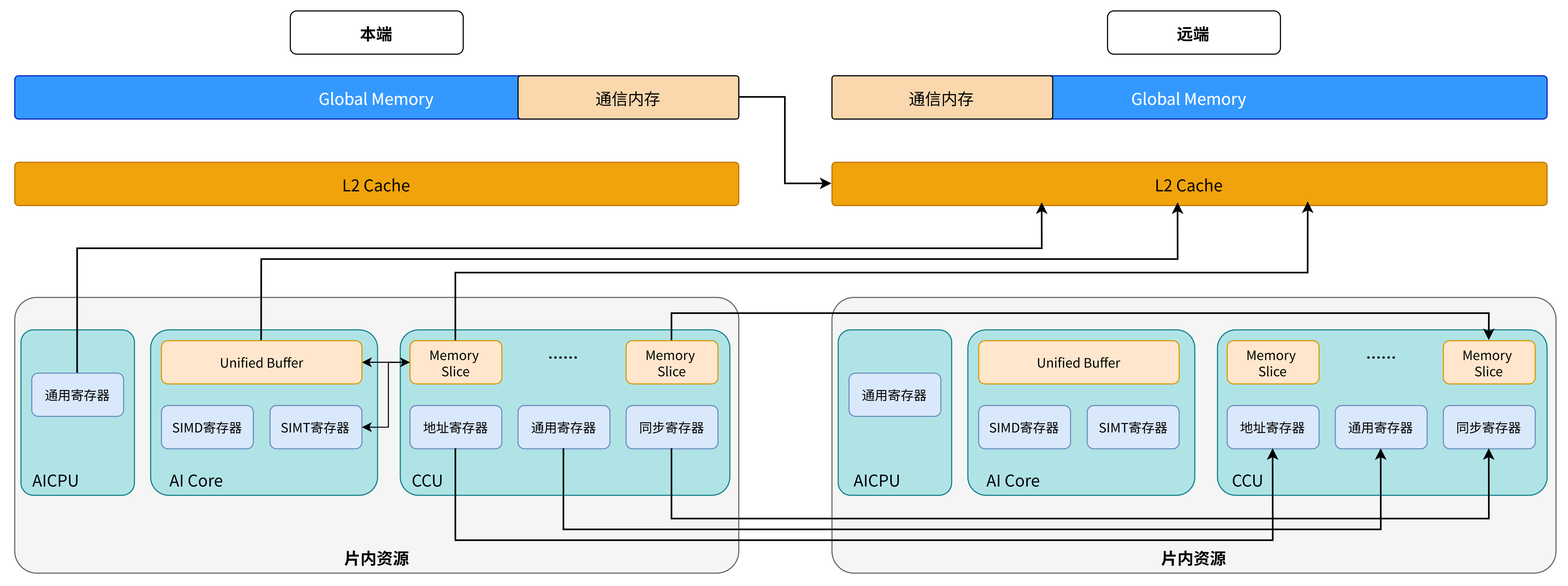
Above: docs/zh/programming-model/figures/memory_model.png in Atlas-Ascend-Fork/asc-comm (draw.io), before the change. Source tidied: cells renumbered, new cells last; positions are measured from the earlier drawing's top-left corner, leaving out a move shared by most shapes.
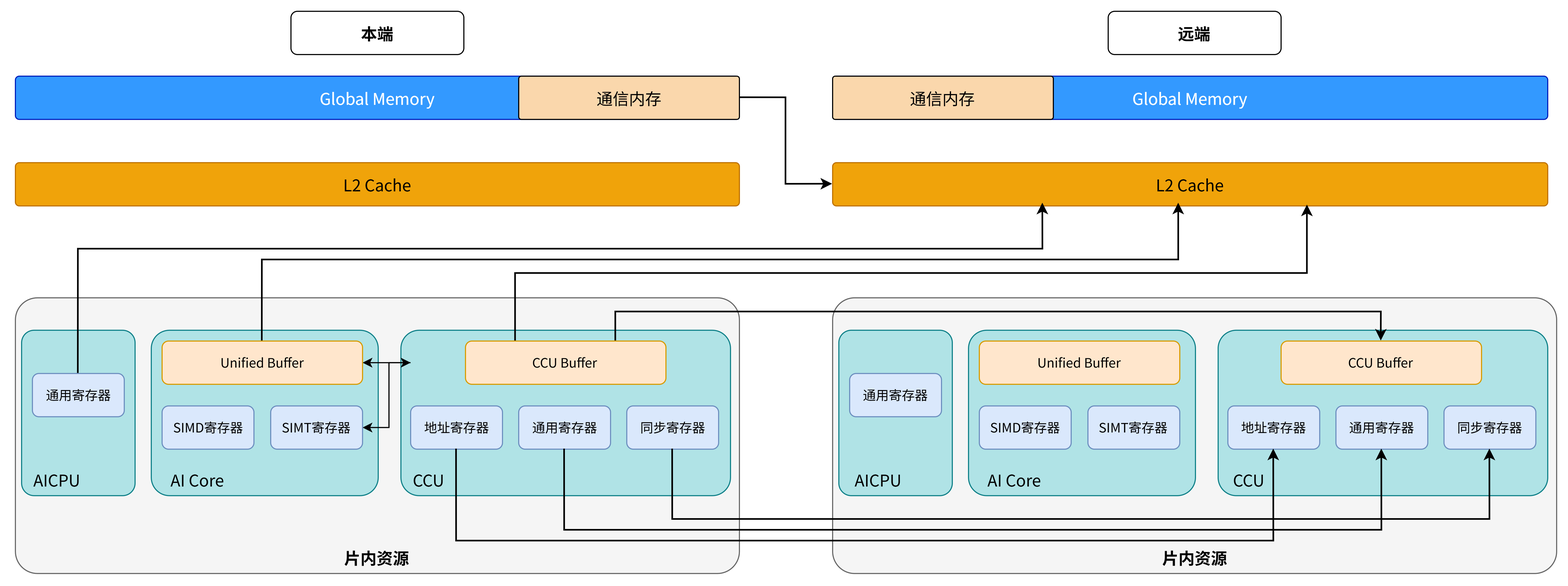
After the change.

Commit message:
fix review memory model

What changed in the source:
```diff
@@ -29,8 +29,10 @@
     <mxCell id="10" value="通用寄存器" style="rounded=1;whiteSpace=wrap;html=1;fillColor=#dae8fc;strokeColor=#6c8ebf;fontFamily=FZLTHJW;" parent="1" vertex="1">
       <mxGeometry x="19.5" y="335" width="85" height="40" as="geometry" />
     </mxCell>
-    <mxCell id="11" style="edgeStyle=orthogonalEdgeStyle;rounded=0;jettySize=auto;html=1;exitX=1;exitY=0.5;exitDx=0;exitDy=0;entryX=0;entryY=0.5;entryDx=0;entryDy=0;startArrow=classic;startFill=1;fontFamily=FZLTHJW;" parent="1" edge="1" source="12" target="19">
-      <mxGeometry relative="1" as="geometry" />
+    <mxCell id="11" style="edgeStyle=orthogonalEdgeStyle;rounded=0;jettySize=auto;html=1;exitX=1;exitY=0.5;exitDx=0;exitDy=0;entryX=0;entryY=0.5;entryDx=0;entryDy=0;startArrow=classic;startFill=1;fontFamily=FZLTHJW;" parent="1" edge="1" source="12">
+      <mxGeometry relative="1" as="geometry">
+        <mxPoint x="369.5" y="325" as="targetPoint" />
+      </mxGeometry>
     </mxCell>
     <mxCell id="12" value="Unified Buffer" style="rounded=1;whiteSpace=wrap;html=1;fillColor=#ffe6cc;strokeColor=#d79b00;fontFamily=FZLTHJW;" parent="1" vertex="1">
       <mxGeometry x="139.5" y="305" width="185.5" height="40" as="geometry" />
@@ -38,8 +40,9 @@
     <mxCell id="13" value="SIMD寄存器" style="rounded=1;whiteSpace=wrap;html=1;fillColor=#dae8fc;strokeColor=#6c8ebf;fontFamily=FZLTHJW;" parent="1" vertex="1">
       <mxGeometry x="139.5" y="365" width="85" height="40" as="geometry" />
     </mxCell>
-    <mxCell id="14" style="edgeStyle=orthogonalEdgeStyle;rounded=0;jettySize=auto;html=1;exitX=1;exitY=0.5;exitDx=0;exitDy=0;entryX=0;entryY=0.5;entryDx=0;entryDy=0;endArrow=none;endFill=0;startArrow=classic;startFill=1;fontFamily=FZLTHJW;" parent="1" edge="1" source="15" target="19">
+    <mxCell id="14" style="edgeStyle=orthogonalEdgeStyle;rounded=0;jettySize=auto;html=1;exitX=1;exitY=0.5;exitDx=0;exitDy=0;entryX=0;entryY=0.5;entryDx=0;entryDy=0;endArrow=none;endFill=0;startArrow=classic;startFill=1;fontFamily=FZLTHJW;" parent="1" edge="1" source="15">
       <mxGeometry relative="1" as="geometry">
+        <mxPoint x="369.5" y="325" as="targetPoint" />
         <Array as="points">
           <mxPoint x="349.5" y="385" />
           <mxPoint x="349.5" y="325" />
@@ -58,15 +61,6 @@
     <mxCell id="18" value="同步寄存器" style="rounded=1;whiteSpace=wrap;html=1;fillColor=#dae8fc;strokeColor=#6c8ebf;fontFamily=FZLTHJW;" parent="1" vertex="1">
       <mxGeometry x="569.5" y="365" width="85" height="40" as="geometry" />
     </mxCell>
-    <mxCell id="19" value="Memory&amp;nbsp;&lt;div&gt;Slice&lt;/div&gt;" style="rounded=1;whiteSpace=wrap;html=1;fillColor=#ffe6cc;strokeColor=#d79b00;fontFamily=FZLTHJW;" parent="1" vertex="1">
-      <mxGeometry x="369.5" y="305" width="85" height="40" as="geometry" />
-    </mxCell>
-    <mxCell id="20" value="&lt;b&gt;&lt;font style=&quot;font-size: 14px;&quot;&gt;……&lt;/font&gt;&lt;/b&gt;" style="text;html=1;whiteSpace=wrap;strokeColor=none;fillColor=none;align=center;verticalAlign=middle;rounded=0;fontFamily=FZLTHJW;" parent="1" vertex="1">
-      <mxGeometry x="482" y="305" width="60" height="30" as="geometry" />
-    </mxCell>
-    <mxCell id="21" value="Memory&amp;nbsp;&lt;div&gt;Slice&lt;/div&gt;" style="rounded=1;whiteSpace=wrap;html=1;fillColor=#ffe6cc;strokeColor=#d79b00;fontFamily=FZLTHJW;" parent="1" vertex="1">
-      <mxGeometry x="569.5" y="305" width="85" height="40" as="geometry" />
-    </mxCell>
     <mxCell id="22" value="&lt;font style=&quot;font-size: 15px;&quot;&gt;Global Memory&lt;/font&gt;" style="rounded=1;whiteSpace=wrap;html=1;arcSize=9;fillColor=#3399FF;strokeColor=#001DBC;fontColor=#ffffff;fontFamily=FZLTHJW;" parent="1" vertex="1">
       <mxGeometry x="760" y="60" width="661.8" height="40" as="geometry" />
     </mxCell>
@@ -76,9 +70,6 @@
     <mxCell id="24" value="&lt;font style=&quot;font-size: 15px;&quot;&gt;L2 Cache&lt;/font&gt;" style="rounded=1;whiteSpace=wrap;html=1;arcSize=9;fillColor=#f0a30a;fontColor=#000000;strokeColor=#BD7000;fontFamily=FZLTHJW;" parent="1" vertex="1">
       <mxGeometry x="760" y="140" width="661.8" height="40" as="geometry" />
     </mxCell>
-    <mxCell id="25" style="edgeStyle=orthogonalEdgeStyle;rounded=0;jettySize=auto;html=1;exitX=0.5;exitY=0;exitDx=0;exitDy=0;entryX=0.666;entryY=0.917;entryDx=0;entryDy=0;entryPerimeter=0;strokeWidth=1.5;fontFamily=FZLTHJW;" parent="1" edge="1" source="19" target="24">
-      <mxGeometry relative="1" as="geometry" />
-    </mxCell>
     <mxCell id="26" value="&lt;font&gt;&lt;span&gt;片内资源&lt;/span&gt;&lt;/font&gt;" style="text;html=1;whiteSpace=wrap;strokeColor=none;fillColor=none;align=center;verticalAlign=middle;rounded=0;fontSize=15;fontStyle=1;fontFamily=FZLTHJW;" parent="1" vertex="1">
       <mxGeometry x="296.2" y="490" width="85" height="30" as="geometry" />
     </mxCell>
@@ -118,15 +109,6 @@
     <mxCell id="38" value="同步寄存器" style="rounded=1;whiteSpace=wrap;html=1;fillColor=#dae8fc;strokeColor=#6c8ebf;fontFamily=FZLTHJW;" parent="1" vertex="1">
       <mxGeometry x="1325.8" y="365" width="85" height="40" as="geometry" />
     </mxCell>
-    <mxCell id="39" value="Memory&amp;nbsp;&lt;div&gt;Slice&lt;/div&gt;" style="rounded=1;whiteSpace=wrap;html=1;fillColor=#ffe6cc;strokeColor=#d79b00;fontFamily=FZLTHJW;" parent="1" vertex="1">
-      <mxGeometry x="1125.8" y="305" width="85" height="40" as="geometry" />
-    </mxCell>
-    <mxCell id="40" value="&lt;b&gt;&lt;font style=&quot;font-size: 14px;&quot;&gt;……&lt;/font&gt;&lt;/b&gt;" style="text;html=1;whiteSpace=wrap;strokeColor=none;fillColor=none;align=center;verticalAlign=middle;rounded=0;fontFamily=FZLTHJW;" parent="1" vertex="1">
-      <mxGeometry x="1238.2" y="305" width="60" height="30" as="geometry" />
-    </mxCell>
-    <mxCell id="41" value="Memory&amp;nbsp;&lt;div&gt;Slice&lt;/div&gt;" style="rounded=1;whiteSpace=wrap;html=1;fillColor=#ffe6cc;strokeColor=#d79b00;fontFamily=FZLTHJW;" parent="1" vertex="1">
-      <mxGeometry x="1325.8" y="305" width="85" height="40" as="geometry" />
-    </mxCell>
     <mxCell id="42" value="&lt;font&gt;&lt;span&gt;片内资源&lt;/span&gt;&lt;/font&gt;" style="text;html=1;whiteSpace=wrap;strokeColor=none;fillColor=none;align=center;verticalAlign=middle;rounded=0;fontSize=15;fontStyle=1;fontFamily=FZLTHJW;" parent="1" vertex="1">
       <mxGeometry x="1052.5" y="490" width="85" height="30" as="geometry" />
     </mxCell>
@@ -169,14 +151,6 @@
         </Array>
       </mxGeometry>
     </mxCell>
-    <mxCell id="51" style="edgeStyle=orthogonalEdgeStyle;rounded=0;jettySize=auto;html=1;exitX=0.5;exitY=0;exitDx=0;exitDy=0;entryX=0.5;entryY=0;entryDx=0;entryDy=0;strokeWidth=1.5;fontFamily=FZLTHJW;" parent="1" edge="1" source="21" target="41">
-      <mxGeometry relative="1" as="geometry">
-        <Array as="points">
-          <mxPoint x="612" y="280" />
-          <mxPoint x="1368.3" y="280" />
-        </Array>
-      </mxGeometry>
-    </mxCell>
     <mxCell id="52" style="edgeStyle=orthogonalEdgeStyle;rounded=0;jettySize=auto;html=1;exitX=0.5;exitY=0;exitDx=0;exitDy=0;entryX=0.484;entryY=0.938;entryDx=0;entryDy=0;entryPerimeter=0;strokeWidth=1.5;fontFamily=FZLTHJW;" parent="1" edge="1" source="12" target="24">
       <mxGeometry relative="1" as="geometry">
         <Array as="points">
@@ -199,5 +173,22 @@
         </Array>
       </mxGeometry>
     </mxCell>
+    <mxCell id="56" style="edgeStyle=orthogonalEdgeStyle;rounded=0;jettySize=auto;html=1;exitX=0.75;exitY=0;exitDx=0;exitDy=0;entryX=0.5;entryY=0;entryDx=0;entryDy=0;strokeWidth=1.5;" parent="1" edge="1" source="57" target="59">
+      <mxGeometry relative="1" as="geometry">
+        <Array as="points">
+          <mxPoint x="559.4" y="278.1" />
+          <mxPoint x="1267.8" y="278.1" />
+        </Array>
+      </mxGeometry>
+    </mxCell>
+    <mxCell id="57" value="CCU Buffer" style="rounded=1;whiteSpace=wrap;html=1;fillColor=#ffe6cc;strokeColor=#d79b00;fontFamily=FZLTHJW;" parent="1" vertex="1">
+      <mxGeometry x="420.2" y="305" width="185.5" height="40" as="geometry" />
+    </mxCell>
+    <mxCell id="58" style="edgeStyle=orthogonalEdgeStyle;rounded=0;jettySize=auto;html=1;exitX=0.25;exitY=0;exitDx=0;exitDy=0;entryX=0.664;entryY=0.982;entryDx=0;entryDy=0;entryPerimeter=0;strokeWidth=1.5;" parent="1" edge="1" source="57" target="24">
+      <mxGeometry relative="1" as="geometry" />
+    </mxCell>
+    <mxCell id="59" value="CCU Buffer" style="rounded=1;whiteSpace=wrap;html=1;fillColor=#ffe6cc;strokeColor=#d79b00;fontFamily=FZLTHJW;" parent="1" vertex="1">
+      <mxGeometry x="1175" y="305" width="185.5" height="40" as="geometry" />
+    </mxCell>
   </root>
 </mxGraphModel>
```
